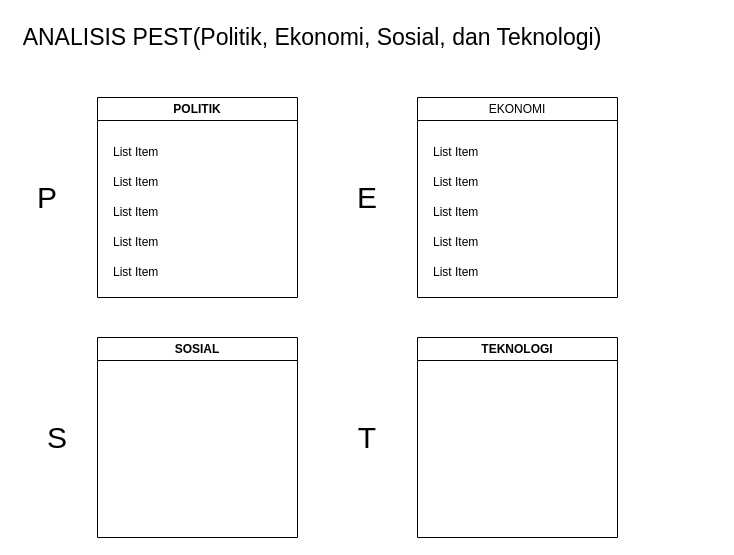
Earlier version of the draw.io diagram pest-indomie.drawio (xoghub/diagrams). Source tidied: cells renumbered, new cells numbered last; positions are measured from the earlier drawing's top-left corner, leaving out a move shared by most shapes. Both pictures are drawn from the tidied source at 100%, with x=0, y=0 at pixel (17, 17).
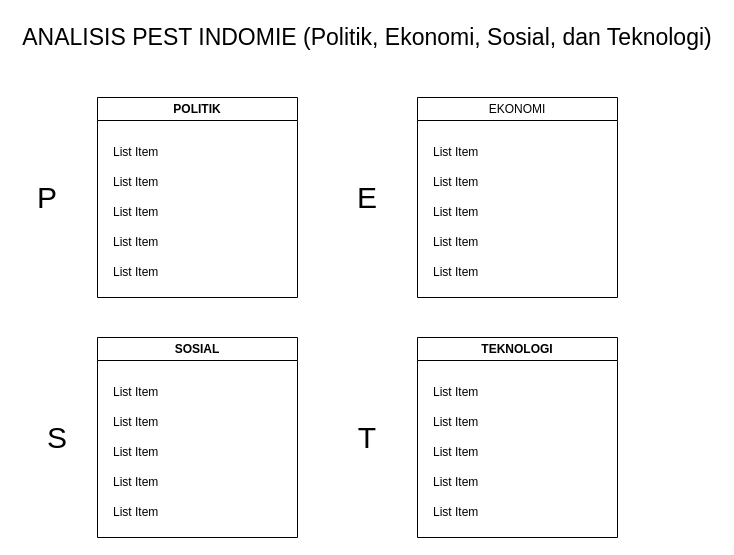
The same page after the edit.

The change refers to these unchanged cells:
```xml
<mxCell id="21" value="TEKNOLOGI" style="swimlane;whiteSpace=wrap;html=1;" parent="20" vertex="1">
  <mxGeometry x="80" width="200" height="200" as="geometry" />
</mxCell>
<mxCell id="24" value="SOSIAL" style="swimlane;whiteSpace=wrap;html=1;" parent="23" vertex="1">
  <mxGeometry x="70" width="200" height="200" as="geometry" />
</mxCell>
```

The edit, as a diff of the source:
```diff
@@
-    <mxCell id="2" value="&lt;font style=&quot;font-size: 23px;&quot;&gt;ANALISIS PEST(Politik, Ekonomi, Sosial, dan Teknologi)&lt;/font&gt;" style="text;html=1;align=center;verticalAlign=middle;whiteSpace=wrap;rounded=0;" parent="1" vertex="1">
-      <mxGeometry width="590" height="40" as="geometry" />
+    <mxCell id="2" value="&lt;font style=&quot;font-size: 23px;&quot;&gt;ANALISIS PEST INDOMIE (Politik, Ekonomi, Sosial, dan Teknologi)&lt;/font&gt;" style="text;html=1;align=center;verticalAlign=middle;whiteSpace=wrap;rounded=0;" parent="1" vertex="1">
+      <mxGeometry width="700" height="40" as="geometry" />
     </mxCell>
@@
+    <mxCell id="26" value="List Item" style="text;strokeColor=none;fillColor=none;align=left;verticalAlign=middle;spacingLeft=4;spacingRight=4;overflow=hidden;whiteSpace=wrap;html=1;" parent="21" vertex="1">
+      <mxGeometry x="10" y="40" width="180" height="30" as="geometry" />
+    </mxCell>
+    <mxCell id="27" value="List Item" style="text;strokeColor=none;fillColor=none;align=left;verticalAlign=middle;spacingLeft=4;spacingRight=4;overflow=hidden;whiteSpace=wrap;html=1;" parent="21" vertex="1">
+      <mxGeometry x="10" y="70" width="180" height="30" as="geometry" />
+    </mxCell>
+    <mxCell id="28" value="List Item" style="text;strokeColor=none;fillColor=none;align=left;verticalAlign=middle;spacingLeft=4;spacingRight=4;overflow=hidden;whiteSpace=wrap;html=1;" parent="21" vertex="1">
+      <mxGeometry x="10" y="100" width="180" height="30" as="geometry" />
+    </mxCell>
+    <mxCell id="29" value="List Item" style="text;strokeColor=none;fillColor=none;align=left;verticalAlign=middle;spacingLeft=4;spacingRight=4;overflow=hidden;whiteSpace=wrap;html=1;" parent="21" vertex="1">
+      <mxGeometry x="10" y="130" width="180" height="30" as="geometry" />
+    </mxCell>
+    <mxCell id="30" value="List Item" style="text;strokeColor=none;fillColor=none;align=left;verticalAlign=middle;spacingLeft=4;spacingRight=4;overflow=hidden;whiteSpace=wrap;html=1;" parent="21" vertex="1">
+      <mxGeometry x="10" y="160" width="180" height="30" as="geometry" />
+    </mxCell>
@@
+    <mxCell id="31" value="List Item" style="text;strokeColor=none;fillColor=none;align=left;verticalAlign=middle;spacingLeft=4;spacingRight=4;overflow=hidden;whiteSpace=wrap;html=1;" parent="24" vertex="1">
+      <mxGeometry x="10" y="40" width="180" height="30" as="geometry" />
+    </mxCell>
+    <mxCell id="32" value="List Item" style="text;strokeColor=none;fillColor=none;align=left;verticalAlign=middle;spacingLeft=4;spacingRight=4;overflow=hidden;whiteSpace=wrap;html=1;" parent="24" vertex="1">
+      <mxGeometry x="10" y="70" width="180" height="30" as="geometry" />
+    </mxCell>
+    <mxCell id="33" value="List Item" style="text;strokeColor=none;fillColor=none;align=left;verticalAlign=middle;spacingLeft=4;spacingRight=4;overflow=hidden;whiteSpace=wrap;html=1;" parent="24" vertex="1">
+      <mxGeometry x="10" y="100" width="180" height="30" as="geometry" />
+    </mxCell>
+    <mxCell id="34" value="List Item" style="text;strokeColor=none;fillColor=none;align=left;verticalAlign=middle;spacingLeft=4;spacingRight=4;overflow=hidden;whiteSpace=wrap;html=1;" parent="24" vertex="1">
+      <mxGeometry x="10" y="130" width="180" height="30" as="geometry" />
+    </mxCell>
+    <mxCell id="35" value="List Item" style="text;strokeColor=none;fillColor=none;align=left;verticalAlign=middle;spacingLeft=4;spacingRight=4;overflow=hidden;whiteSpace=wrap;html=1;" parent="24" vertex="1">
+      <mxGeometry x="10" y="160" width="180" height="30" as="geometry" />
+    </mxCell>
```
